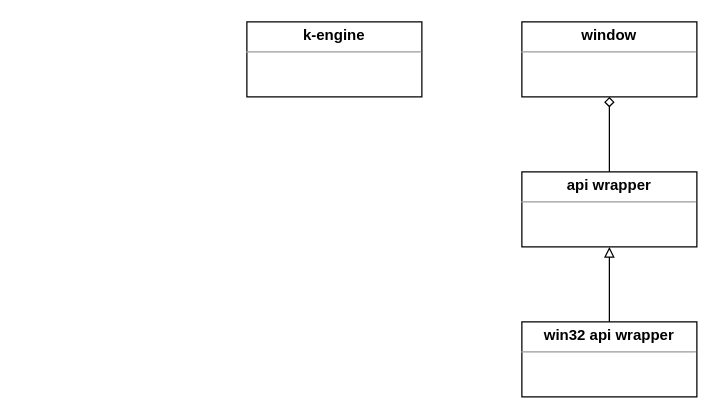
This is _docs/k-engine-classes.drawio from Keshizin/k-engine, a draw.io file, before an edit. Source tidied: cells renumbered, new cells numbered last; positions are measured from the earlier drawing's top-left corner, leaving out a move shared by most shapes. Both pictures are drawn from the tidied source at 125%, with x=0, y=0 at pixel (246, 21).
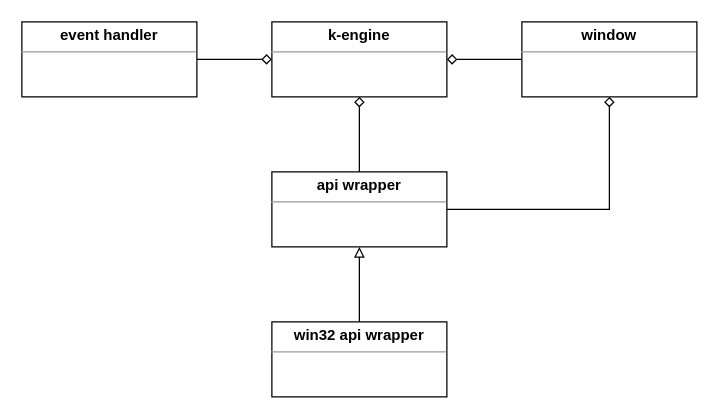
After the change.

Commit message (it also covers changes not shown here):
Fixing event handler's calls in runtime

The edit, as a diff of the source:
```diff
@@
 <mxGraphModel>
   <root>
     <mxCell id="0" />
     <mxCell id="1" parent="0" />
     <mxCell id="2" value="&lt;p style=&quot;margin: 0px ; margin-top: 4px ; text-align: center&quot;&gt;&lt;b&gt;k-engine&lt;/b&gt;&lt;/p&gt;&lt;hr size=&quot;1&quot;&gt;&lt;div style=&quot;height: 2px&quot;&gt;&lt;/div&gt;" style="verticalAlign=top;align=left;overflow=fill;fontSize=12;fontFamily=Helvetica;html=1;" parent="1" vertex="1">
-      <mxGeometry width="140" height="60" as="geometry" />
+      <mxGeometry x="20" width="140" height="60" as="geometry" />
     </mxCell>
+    <mxCell id="8" style="edgeStyle=orthogonalEdgeStyle;rounded=0;jettySize=auto;html=1;endArrow=diamond;endFill=0;" parent="1" edge="1" source="3" target="2">
+      <mxGeometry relative="1" as="geometry" />
+    </mxCell>
     <mxCell id="3" value="&lt;p style=&quot;margin: 0px ; margin-top: 4px ; text-align: center&quot;&gt;&lt;b&gt;window&lt;/b&gt;&lt;/p&gt;&lt;hr size=&quot;1&quot;&gt;&lt;div style=&quot;height: 2px&quot;&gt;&lt;/div&gt;" style="verticalAlign=top;align=left;overflow=fill;fontSize=12;fontFamily=Helvetica;html=1;" parent="1" vertex="1">
       <mxGeometry x="220" width="140" height="60" as="geometry" />
     </mxCell>
     <mxCell id="4" style="edgeStyle=orthogonalEdgeStyle;rounded=0;jettySize=auto;html=1;endArrow=diamond;endFill=0;" parent="1" edge="1" source="5" target="3">
       <mxGeometry relative="1" as="geometry" />
     </mxCell>
+    <mxCell id="9" style="edgeStyle=orthogonalEdgeStyle;rounded=0;jettySize=auto;html=1;endArrow=diamond;endFill=0;" parent="1" edge="1" source="5" target="2">
+      <mxGeometry relative="1" as="geometry" />
+    </mxCell>
     <mxCell id="5" value="&lt;p style=&quot;margin: 0px ; margin-top: 4px ; text-align: center&quot;&gt;&lt;b&gt;api wrapper&lt;/b&gt;&lt;/p&gt;&lt;hr size=&quot;1&quot;&gt;&lt;div style=&quot;height: 2px&quot;&gt;&lt;/div&gt;" style="verticalAlign=top;align=left;overflow=fill;fontSize=12;fontFamily=Helvetica;html=1;" parent="1" vertex="1">
-      <mxGeometry x="220" y="120" width="140" height="60" as="geometry" />
+      <mxGeometry x="20" y="120" width="140" height="60" as="geometry" />
     </mxCell>
     <mxCell id="6" style="edgeStyle=orthogonalEdgeStyle;rounded=0;jettySize=auto;html=1;endArrow=block;endFill=0;" parent="1" edge="1" source="7" target="5">
       <mxGeometry relative="1" as="geometry" />
     </mxCell>
     <mxCell id="7" value="&lt;p style=&quot;margin: 0px ; margin-top: 4px ; text-align: center&quot;&gt;&lt;b&gt;win32 api wrapper&lt;/b&gt;&lt;/p&gt;&lt;hr size=&quot;1&quot;&gt;&lt;div style=&quot;height: 2px&quot;&gt;&lt;/div&gt;" style="verticalAlign=top;align=left;overflow=fill;fontSize=12;fontFamily=Helvetica;html=1;" parent="1" vertex="1">
-      <mxGeometry x="220" y="240" width="140" height="60" as="geometry" />
+      <mxGeometry x="20" y="240" width="140" height="60" as="geometry" />
     </mxCell>
+    <mxCell id="10" style="edgeStyle=orthogonalEdgeStyle;rounded=0;jettySize=auto;html=1;endArrow=diamond;endFill=0;" parent="1" edge="1" source="11" target="2">
+      <mxGeometry relative="1" as="geometry" />
+    </mxCell>
+    <mxCell id="11" value="&lt;p style=&quot;margin: 0px ; margin-top: 4px ; text-align: center&quot;&gt;&lt;b&gt;event handler&lt;/b&gt;&lt;/p&gt;&lt;hr size=&quot;1&quot;&gt;&lt;div style=&quot;height: 2px&quot;&gt;&lt;/div&gt;" style="verticalAlign=top;align=left;overflow=fill;fontSize=12;fontFamily=Helvetica;html=1;" parent="1" vertex="1">
+      <mxGeometry x="-180" width="140" height="60" as="geometry" />
+    </mxCell>
   </root>
 </mxGraphModel>
```
